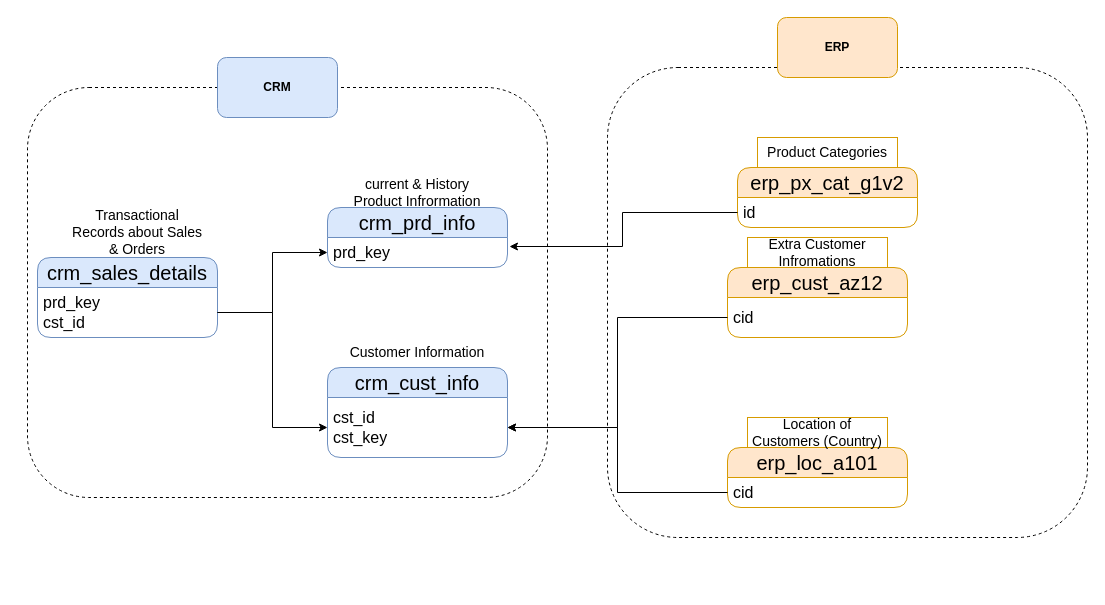
The draw.io diagram page "Data_Integration" (3 of 4) of docs/Data_Flow_DIagram.drawio in Michael-Beckers/sql_data_warehouse_project, before the edit. Source tidied: cells renumbered, new cells numbered last; positions are measured from the earlier drawing's top-left corner, leaving out a move shared by most shapes. Both pictures are drawn from the tidied source at 100%, with x=0, y=0 at pixel (27, 17).
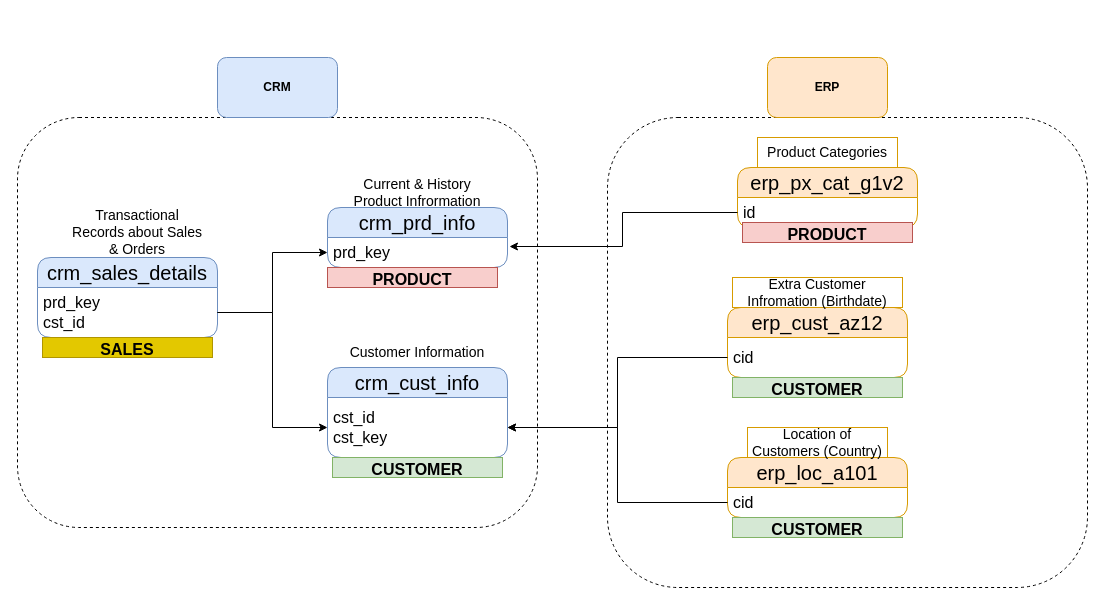
After the change.

The edit, as a diff of the source:
```diff
@@
-    <mxCell id="7" value="&lt;font style=&quot;font-size: 14px;&quot;&gt;current &amp;amp; History Product Infrormation&lt;/font&gt;" style="text;html=1;whiteSpace=wrap;strokeColor=none;fillColor=none;align=center;verticalAlign=middle;rounded=0;" parent="1" vertex="1">
+    <mxCell id="7" value="&lt;font style=&quot;font-size: 14px;&quot;&gt;Current &amp;amp; History Product Infrormation&lt;/font&gt;" style="text;html=1;whiteSpace=wrap;strokeColor=none;fillColor=none;align=center;verticalAlign=middle;rounded=0;" parent="1" vertex="1">
       <mxGeometry x="320" y="160" width="140" height="30" as="geometry" />
     </mxCell>
@@
     <mxCell id="13" value="&lt;font style=&quot;font-size: 20px;&quot;&gt;erp_cust_az12&lt;/font&gt;" style="swimlane;fontStyle=0;horizontal=1;startSize=30;whiteSpace=wrap;html=1;fillColor=#ffe6cc;strokeColor=#d79b00;rounded=1;" parent="1" vertex="1">
-      <mxGeometry x="700" y="250" width="180" height="70" as="geometry" />
+      <mxGeometry x="700" y="290" width="180" height="70" as="geometry" />
     </mxCell>
@@
-    <mxCell id="15" value="&lt;font style=&quot;font-size: 14px;&quot;&gt;Extra Customer Infromations&lt;/font&gt;" style="text;html=1;whiteSpace=wrap;strokeColor=#d79b00;fillColor=none;align=center;verticalAlign=middle;rounded=0;" parent="1" vertex="1">
-      <mxGeometry x="720" y="220" width="140" height="30" as="geometry" />
+    <mxCell id="15" value="&lt;font style=&quot;font-size: 14px;&quot;&gt;Extra Customer Infromation (Birthdate)&lt;/font&gt;" style="text;html=1;whiteSpace=wrap;strokeColor=#d79b00;fillColor=none;align=center;verticalAlign=middle;rounded=0;" parent="1" vertex="1">
+      <mxGeometry x="705" y="260" width="170" height="30" as="geometry" />
     </mxCell>
     <mxCell id="16" value="&lt;font style=&quot;font-size: 20px;&quot;&gt;erp_loc_a101&lt;/font&gt;" style="swimlane;fontStyle=0;horizontal=1;startSize=30;whiteSpace=wrap;html=1;fillColor=#ffe6cc;strokeColor=#d79b00;rounded=1;" parent="1" vertex="1">
-      <mxGeometry x="700" y="430" width="180" height="60" as="geometry" />
+      <mxGeometry x="700" y="440" width="180" height="60" as="geometry" />
     </mxCell>
@@
     <mxCell id="18" value="&lt;font style=&quot;font-size: 14px;&quot;&gt;Location of Customers (Country)&lt;/font&gt;" style="text;html=1;whiteSpace=wrap;strokeColor=#d79b00;fillColor=none;align=center;verticalAlign=middle;rounded=0;" parent="1" vertex="1">
-      <mxGeometry x="720" y="400" width="140" height="30" as="geometry" />
+      <mxGeometry x="720" y="410" width="140" height="30" as="geometry" />
     </mxCell>
@@
     <mxCell id="25" style="rounded=1;whiteSpace=wrap;html=1;fillColor=none;dashed=1;" parent="1" vertex="1">
-      <mxGeometry y="70" width="520" height="410" as="geometry" />
+      <mxGeometry x="-10" y="100" width="520" height="410" as="geometry" />
     </mxCell>
+    <mxCell id="27" style="rounded=1;whiteSpace=wrap;html=1;fillColor=none;dashed=1;" parent="1" vertex="1">
+      <mxGeometry x="580" y="100" width="480" height="470" as="geometry" />
+    </mxCell>
@@
-    <mxCell id="27" style="rounded=1;whiteSpace=wrap;html=1;fillColor=none;dashed=1;" parent="1" vertex="1">
-      <mxGeometry x="580" y="50" width="480" height="470" as="geometry" />
-    </mxCell>
     <mxCell id="28" value="&lt;b&gt;ERP&lt;/b&gt;" style="rounded=1;whiteSpace=wrap;html=1;fillColor=#ffe6cc;strokeColor=#d79b00;" parent="1" vertex="1">
-      <mxGeometry x="750" width="120" height="60" as="geometry" />
+      <mxGeometry x="740" y="40" width="120" height="60" as="geometry" />
     </mxCell>
+    <mxCell id="29" value="&lt;b&gt;&lt;font style=&quot;font-size: 16px;&quot;&gt;PRODUCT&lt;/font&gt;&lt;/b&gt;" style="text;html=1;strokeColor=#b85450;fillColor=#f8cecc;align=center;verticalAlign=middle;whiteSpace=wrap;overflow=hidden;" parent="1" vertex="1">
+      <mxGeometry x="300" y="250" width="170" height="20" as="geometry" />
+    </mxCell>
+    <mxCell id="30" value="&lt;b&gt;&lt;font style=&quot;font-size: 16px;&quot;&gt;PRODUCT&lt;/font&gt;&lt;/b&gt;" style="text;html=1;strokeColor=#b85450;fillColor=#f8cecc;align=center;verticalAlign=middle;whiteSpace=wrap;overflow=hidden;" parent="1" vertex="1">
+      <mxGeometry x="715" y="205" width="170" height="20" as="geometry" />
+    </mxCell>
+    <mxCell id="31" value="&lt;b&gt;&lt;font style=&quot;font-size: 16px;&quot;&gt;CUSTOMER&lt;/font&gt;&lt;/b&gt;" style="text;html=1;strokeColor=#82b366;fillColor=#d5e8d4;align=center;verticalAlign=middle;whiteSpace=wrap;overflow=hidden;" parent="1" vertex="1">
+      <mxGeometry x="705" y="360" width="170" height="20" as="geometry" />
+    </mxCell>
+    <mxCell id="32" value="&lt;b&gt;&lt;font style=&quot;font-size: 16px;&quot;&gt;CUSTOMER&lt;/font&gt;&lt;/b&gt;" style="text;html=1;strokeColor=#82b366;fillColor=#d5e8d4;align=center;verticalAlign=middle;whiteSpace=wrap;overflow=hidden;" parent="1" vertex="1">
+      <mxGeometry x="705" y="500" width="170" height="20" as="geometry" />
+    </mxCell>
+    <mxCell id="33" value="&lt;b&gt;&lt;font style=&quot;font-size: 16px;&quot;&gt;CUSTOMER&lt;/font&gt;&lt;/b&gt;" style="text;html=1;strokeColor=#82b366;fillColor=#d5e8d4;align=center;verticalAlign=middle;whiteSpace=wrap;overflow=hidden;" parent="1" vertex="1">
+      <mxGeometry x="305" y="440" width="170" height="20" as="geometry" />
+    </mxCell>
+    <mxCell id="34" value="&lt;b&gt;&lt;font style=&quot;font-size: 16px;&quot;&gt;SALES&lt;/font&gt;&lt;/b&gt;" style="text;html=1;strokeColor=#B09500;fillColor=#e3c800;align=center;verticalAlign=middle;whiteSpace=wrap;overflow=hidden;fontColor=#000000;" parent="1" vertex="1">
+      <mxGeometry x="15" y="320" width="170" height="20" as="geometry" />
+    </mxCell>
```
